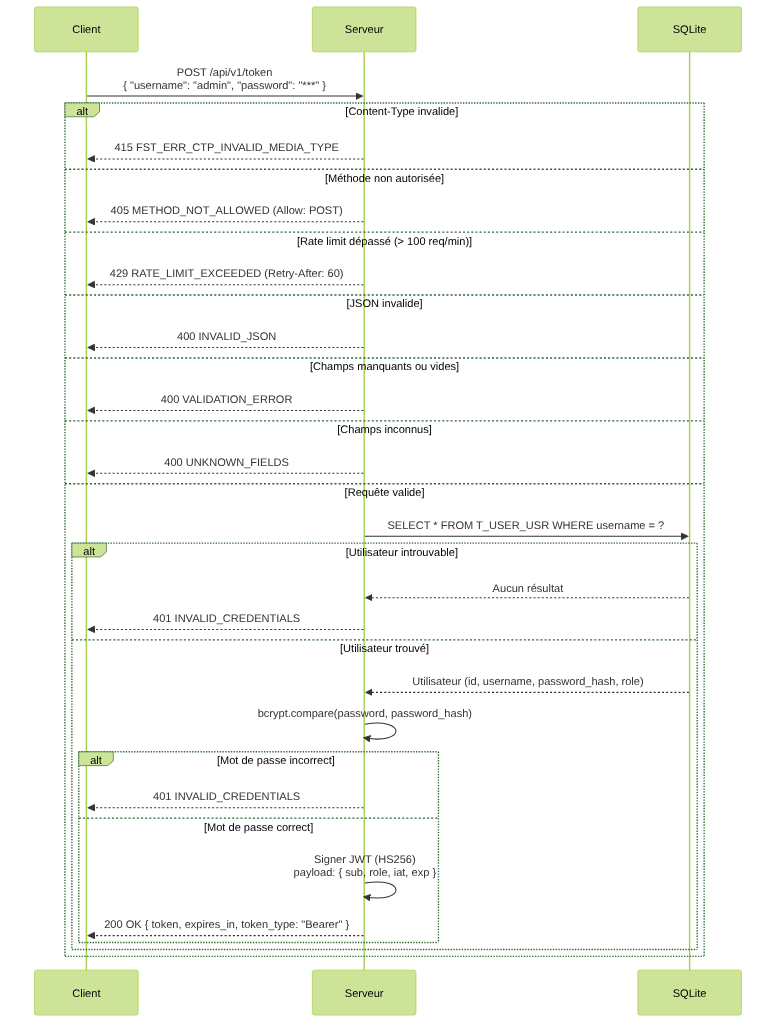
The Mermaid diagram docs/specs/diagrams/US-003-authentication-token-sequence.png in ODehel/quiz-live-server, before a commit. Its source is kept beside it as docs/specs/diagrams/US-003-authentication-token-sequence.mmd.
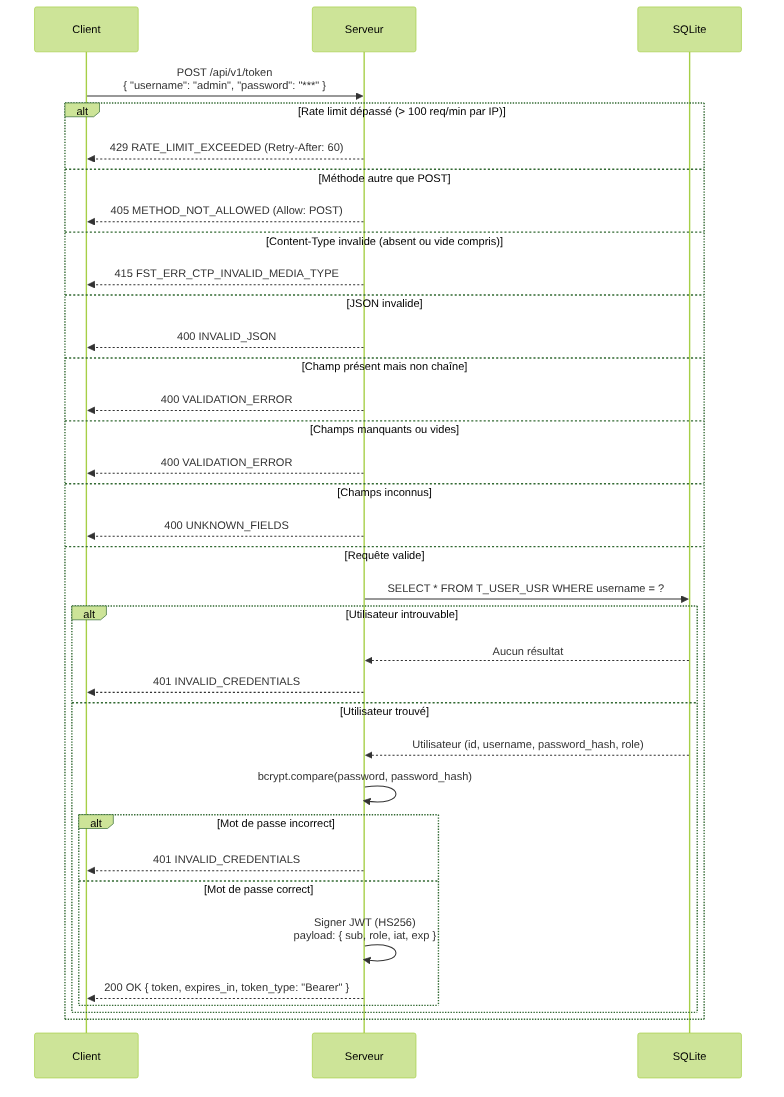
After the change.

Commit message:
docs(specs): settle the order of the checks on POST /api/v1/token (#204)

Change to the diagram source:
```diff
@@ -6,14 +6,16 @@
 
     C->>S: POST /api/v1/token<br/>{ "username": "admin", "password": "***" }
 
-    alt Content-Type invalide
+    alt Rate limit dépassé (> 100 req/min par IP)
+        S-->>C: 429 RATE_LIMIT_EXCEEDED (Retry-After: 60)
+    else Méthode autre que POST
+        S-->>C: 405 METHOD_NOT_ALLOWED (Allow: POST)
+    else Content-Type invalide (absent ou vide compris)
         S-->>C: 415 FST_ERR_CTP_INVALID_MEDIA_TYPE
-    else Méthode non autorisée
-        S-->>C: 405 METHOD_NOT_ALLOWED (Allow: POST)
-    else Rate limit dépassé (> 100 req/min)
-        S-->>C: 429 RATE_LIMIT_EXCEEDED (Retry-After: 60)
     else JSON invalide
         S-->>C: 400 INVALID_JSON
+    else Champ présent mais non chaîne
+        S-->>C: 400 VALIDATION_ERROR
     else Champs manquants ou vides
         S-->>C: 400 VALIDATION_ERROR
     else Champs inconnus
```
